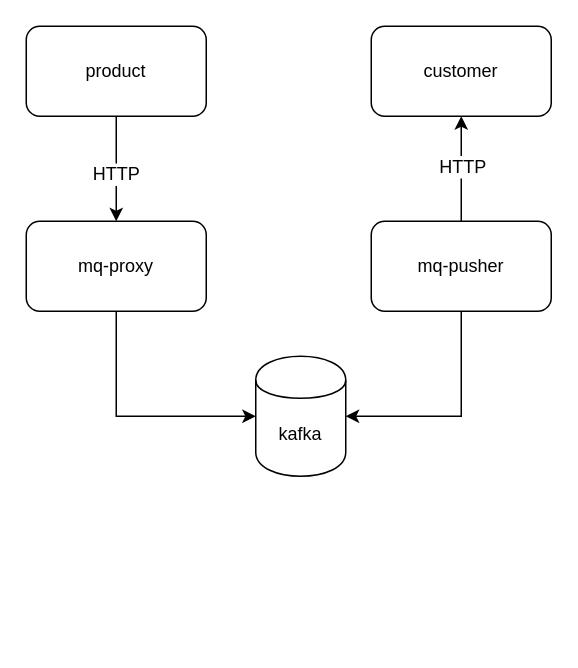
zhchenxin/flow keeps this draw.io diagram as sfns.drawio. Above is the earlier version. Source tidied: cells renumbered, new cells numbered last; positions are measured from the earlier drawing's top-left corner, leaving out a move shared by most shapes. Both pictures are drawn from the tidied source at 150%, with x=0, y=0 at pixel (26, 26).
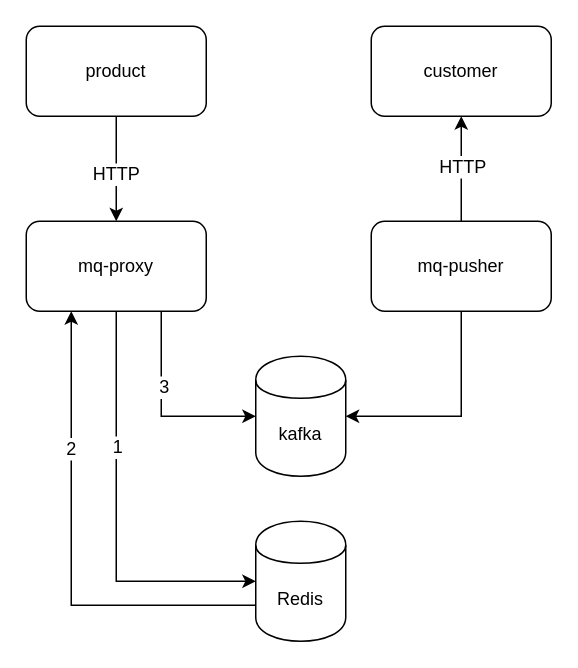
Above is the later version.

What changed in the source:
```diff
@@
 <mxGraphModel>
   <root>
     <mxCell id="0" />
     <mxCell id="1" parent="0" />
     <mxCell id="2" value="kafka" style="shape=cylinder;whiteSpace=wrap;html=1;boundedLbl=1;backgroundOutline=1;" parent="1" vertex="1">
       <mxGeometry x="153" y="220" width="60" height="80" as="geometry" />
     </mxCell>
-    <mxCell id="3" style="edgeStyle=orthogonalEdgeStyle;rounded=0;jettySize=auto;html=1;exitX=0.5;exitY=1;exitDx=0;exitDy=0;entryX=0;entryY=0.5;entryDx=0;entryDy=0;" parent="1" edge="1" source="4" target="2">
+    <mxCell id="3" style="edgeStyle=orthogonalEdgeStyle;rounded=0;jettySize=auto;html=1;exitX=0.75;exitY=1;exitDx=0;exitDy=0;entryX=0;entryY=0.5;entryDx=0;entryDy=0;" parent="1" edge="1" source="4" target="2">
       <mxGeometry relative="1" as="geometry" />
     </mxCell>
+    <mxCell id="13" value="3" style="text;html=1;align=center;verticalAlign=middle;labelBackgroundColor=#ffffff;" parent="3" vertex="1">
+      <mxGeometry x="-0.25" y="1" relative="1" as="geometry" />
+    </mxCell>
+    <mxCell id="14" style="edgeStyle=orthogonalEdgeStyle;rounded=0;jettySize=auto;html=1;exitX=0.5;exitY=1;exitDx=0;exitDy=0;entryX=0;entryY=0.5;entryDx=0;entryDy=0;" parent="1" edge="1" source="4" target="18">
+      <mxGeometry relative="1" as="geometry" />
+    </mxCell>
+    <mxCell id="15" value="1" style="text;html=1;align=center;verticalAlign=middle;labelBackgroundColor=#ffffff;" parent="14" vertex="1">
+      <mxGeometry x="-0.34" relative="1" as="geometry" />
+    </mxCell>
     <mxCell id="4" value="mq-proxy" style="rounded=1;whiteSpace=wrap;html=1;" parent="1" vertex="1">
       <mxGeometry y="130" width="120" height="60" as="geometry" />
     </mxCell>
     <mxCell id="5" style="edgeStyle=orthogonalEdgeStyle;rounded=0;jettySize=auto;html=1;exitX=0.5;exitY=1;exitDx=0;exitDy=0;entryX=1;entryY=0.5;entryDx=0;entryDy=0;" parent="1" edge="1" source="8" target="2">
       <mxGeometry relative="1" as="geometry" />
     </mxCell>
     <mxCell id="6" style="edgeStyle=orthogonalEdgeStyle;rounded=0;jettySize=auto;html=1;exitX=0.5;exitY=0;exitDx=0;exitDy=0;entryX=0.5;entryY=1;entryDx=0;entryDy=0;" parent="1" edge="1" source="8" target="12">
       <mxGeometry relative="1" as="geometry" />
     </mxCell>
     <mxCell id="7" value="HTTP" style="text;html=1;align=center;verticalAlign=middle;labelBackgroundColor=#ffffff;" parent="6" vertex="1">
       <mxGeometry x="0.06" relative="1" as="geometry" />
     </mxCell>
     <mxCell id="8" value="mq-pusher" style="rounded=1;whiteSpace=wrap;html=1;" parent="1" vertex="1">
       <mxGeometry x="230" y="130" width="120" height="60" as="geometry" />
     </mxCell>
     <mxCell id="9" style="edgeStyle=orthogonalEdgeStyle;rounded=0;jettySize=auto;html=1;exitX=0.5;exitY=1;exitDx=0;exitDy=0;entryX=0.5;entryY=0;entryDx=0;entryDy=0;" parent="1" edge="1" source="11" target="4">
       <mxGeometry relative="1" as="geometry" />
     </mxCell>
     <mxCell id="10" value="HTTP" style="text;html=1;align=center;verticalAlign=middle;labelBackgroundColor=#ffffff;" parent="9" vertex="1">
       <mxGeometry x="0.09" y="-1" relative="1" as="geometry" />
     </mxCell>
     <mxCell id="11" value="product" style="rounded=1;whiteSpace=wrap;html=1;" parent="1" vertex="1">
       <mxGeometry width="120" height="60" as="geometry" />
     </mxCell>
     <mxCell id="12" value="customer" style="rounded=1;whiteSpace=wrap;html=1;" parent="1" vertex="1">
       <mxGeometry x="230" width="120" height="60" as="geometry" />
     </mxCell>
+    <mxCell id="16" style="edgeStyle=orthogonalEdgeStyle;rounded=0;jettySize=auto;html=1;exitX=0;exitY=0.7;exitDx=0;exitDy=0;entryX=0.25;entryY=1;entryDx=0;entryDy=0;" parent="1" edge="1" source="18" target="4">
+      <mxGeometry relative="1" as="geometry" />
+    </mxCell>
+    <mxCell id="17" value="2" style="text;html=1;align=center;verticalAlign=middle;labelBackgroundColor=#ffffff;" parent="16" vertex="1">
+      <mxGeometry x="0.43" y="1" relative="1" as="geometry" />
+    </mxCell>
+    <mxCell id="18" value="Redis" style="shape=cylinder;whiteSpace=wrap;html=1;boundedLbl=1;backgroundOutline=1;" parent="1" vertex="1">
+      <mxGeometry x="153" y="330" width="60" height="80" as="geometry" />
+    </mxCell>
   </root>
 </mxGraphModel>
```
